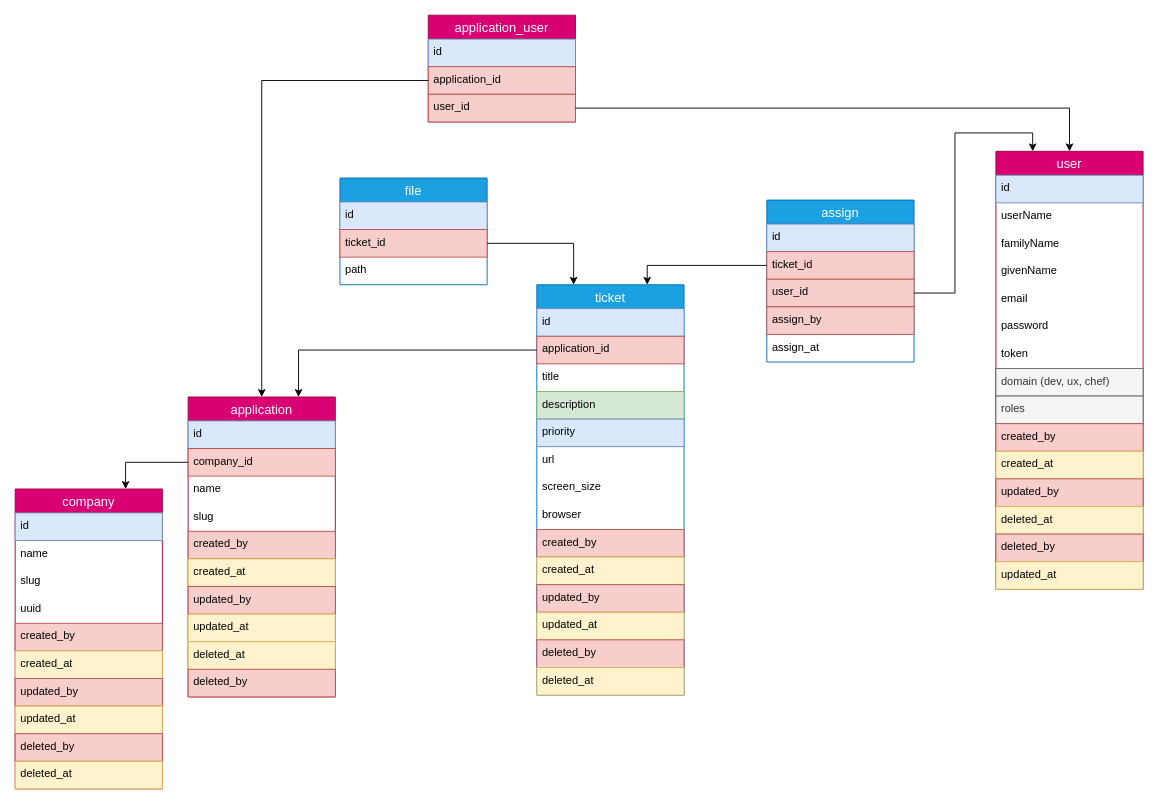
Naltpom/api_ticketManager keeps this draw.io diagram as api_ticketManager.drawio. Above is the earlier version. Source tidied: cells renumbered, new cells numbered last; positions are measured from the earlier drawing's top-left corner, leaving out a move shared by most shapes. Both pictures are drawn from the tidied source at 92%, with x=0, y=0 at pixel (15, 15).
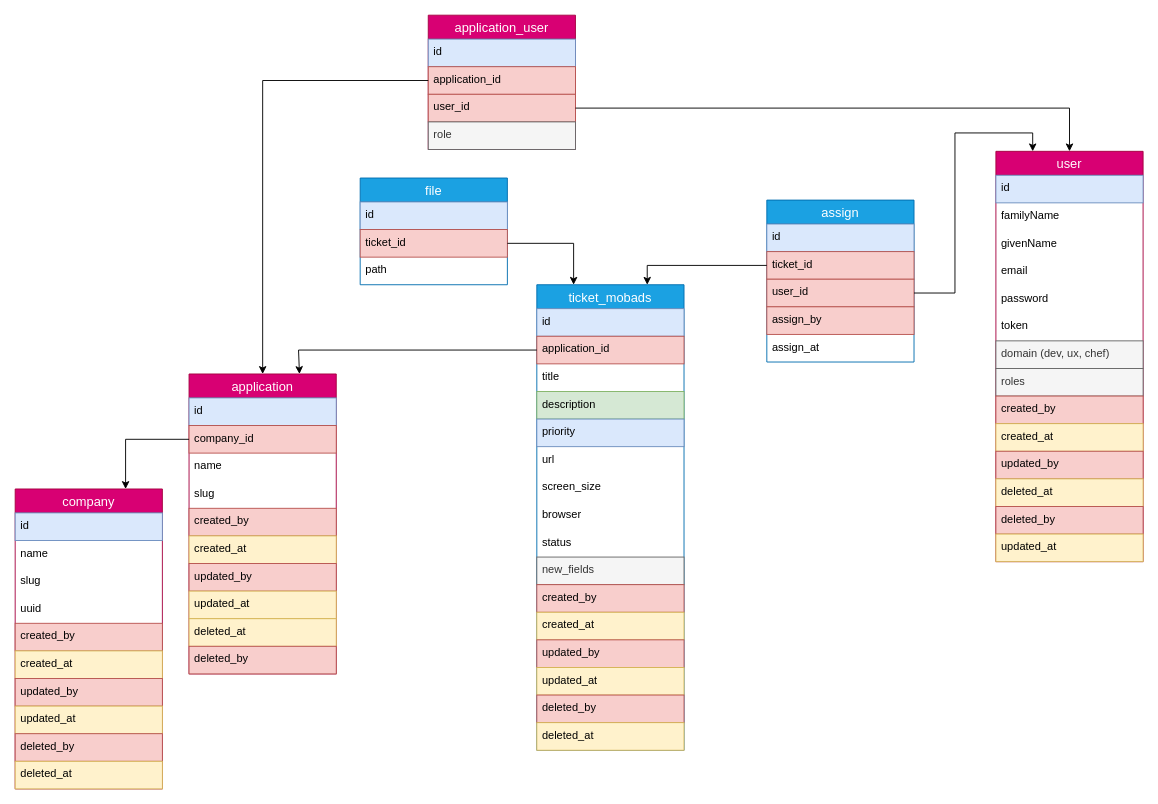
After the change.

Diff of the diagram source:
```diff
@@
     <mxCell id="13" value="user" style="swimlane;fontStyle=0;horizontal=1;startSize=26;align=center;fontSize=14;fillColor=#d80073;strokeColor=#A50040;fontColor=#ffffff;" parent="1" vertex="1">
-      <mxGeometry x="1066" y="148" width="160" height="476" as="geometry" />
+      <mxGeometry x="1066" y="148" width="160" height="446" as="geometry" />
     </mxCell>
@@
-    <mxCell id="15" value="userName" style="text;strokeColor=none;fillColor=none;spacingLeft=4;spacingRight=4;overflow=hidden;fontSize=12;" parent="13" vertex="1">
-      <mxGeometry y="56" width="160" height="30" as="geometry" />
-    </mxCell>
     <mxCell id="16" value="familyName&#10;" style="text;strokeColor=none;fillColor=none;spacingLeft=4;spacingRight=4;overflow=hidden;fontSize=12;" parent="13" vertex="1">
-      <mxGeometry y="86" width="160" height="30" as="geometry" />
+      <mxGeometry y="56" width="160" height="30" as="geometry" />
     </mxCell>
     <mxCell id="17" value="givenName" style="text;strokeColor=none;fillColor=none;spacingLeft=4;spacingRight=4;overflow=hidden;fontSize=12;" parent="13" vertex="1">
-      <mxGeometry y="116" width="160" height="30" as="geometry" />
+      <mxGeometry y="86" width="160" height="30" as="geometry" />
     </mxCell>
     <mxCell id="18" value="email" style="text;strokeColor=none;fillColor=none;spacingLeft=4;spacingRight=4;overflow=hidden;fontSize=12;" parent="13" vertex="1">
-      <mxGeometry y="146" width="160" height="30" as="geometry" />
+      <mxGeometry y="116" width="160" height="30" as="geometry" />
     </mxCell>
     <mxCell id="19" value="password" style="text;strokeColor=none;fillColor=none;spacingLeft=4;spacingRight=4;overflow=hidden;fontSize=12;" parent="13" vertex="1">
-      <mxGeometry y="176" width="160" height="30" as="geometry" />
+      <mxGeometry y="146" width="160" height="30" as="geometry" />
     </mxCell>
     <mxCell id="20" value="token" style="text;strokeColor=none;fillColor=none;spacingLeft=4;spacingRight=4;overflow=hidden;fontSize=12;" parent="13" vertex="1">
-      <mxGeometry y="206" width="160" height="30" as="geometry" />
+      <mxGeometry y="176" width="160" height="30" as="geometry" />
     </mxCell>
     <mxCell id="21" value="domain (dev, ux, chef)" style="text;strokeColor=#666666;fillColor=#f5f5f5;spacingLeft=4;spacingRight=4;overflow=hidden;fontSize=12;fontColor=#333333;" parent="13" vertex="1">
-      <mxGeometry y="236" width="160" height="30" as="geometry" />
+      <mxGeometry y="206" width="160" height="30" as="geometry" />
     </mxCell>
     <mxCell id="22" value="roles" style="text;strokeColor=#666666;fillColor=#f5f5f5;spacingLeft=4;spacingRight=4;overflow=hidden;fontSize=12;fontColor=#333333;" parent="13" vertex="1">
-      <mxGeometry y="266" width="160" height="30" as="geometry" />
+      <mxGeometry y="236" width="160" height="30" as="geometry" />
     </mxCell>
     <mxCell id="23" value="created_by" style="text;strokeColor=#b85450;fillColor=#f8cecc;spacingLeft=4;spacingRight=4;overflow=hidden;fontSize=12;" parent="13" vertex="1">
-      <mxGeometry y="296" width="160" height="30" as="geometry" />
+      <mxGeometry y="266" width="160" height="30" as="geometry" />
     </mxCell>
     <mxCell id="24" value="created_at" style="text;strokeColor=#d6b656;fillColor=#fff2cc;spacingLeft=4;spacingRight=4;overflow=hidden;fontSize=12;" parent="13" vertex="1">
-      <mxGeometry y="326" width="160" height="30" as="geometry" />
+      <mxGeometry y="296" width="160" height="30" as="geometry" />
     </mxCell>
     <mxCell id="25" value="updated_by" style="text;strokeColor=#b85450;fillColor=#f8cecc;spacingLeft=4;spacingRight=4;overflow=hidden;fontSize=12;" parent="13" vertex="1">
-      <mxGeometry y="356" width="160" height="30" as="geometry" />
+      <mxGeometry y="326" width="160" height="30" as="geometry" />
     </mxCell>
     <mxCell id="26" value="deleted_at" style="text;strokeColor=#d6b656;fillColor=#fff2cc;spacingLeft=4;spacingRight=4;overflow=hidden;fontSize=12;" parent="13" vertex="1">
-      <mxGeometry y="386" width="160" height="30" as="geometry" />
+      <mxGeometry y="356" width="160" height="30" as="geometry" />
     </mxCell>
     <mxCell id="27" value="deleted_by" style="text;strokeColor=#b85450;fillColor=#f8cecc;spacingLeft=4;spacingRight=4;overflow=hidden;fontSize=12;" parent="13" vertex="1">
-      <mxGeometry y="416" width="160" height="30" as="geometry" />
+      <mxGeometry y="386" width="160" height="30" as="geometry" />
     </mxCell>
     <mxCell id="28" value="updated_at" style="text;strokeColor=#d6b656;fillColor=#fff2cc;spacingLeft=4;spacingRight=4;overflow=hidden;fontSize=12;" parent="13" vertex="1">
-      <mxGeometry y="446" width="160" height="30" as="geometry" />
+      <mxGeometry y="416" width="160" height="30" as="geometry" />
     </mxCell>
     <mxCell id="29" value="application" style="swimlane;fontStyle=0;horizontal=1;startSize=26;align=center;fontSize=14;fillColor=#d80073;strokeColor=#A50040;fontColor=#ffffff;" parent="1" vertex="1">
-      <mxGeometry x="188" y="415" width="160" height="326" as="geometry" />
+      <mxGeometry x="189" y="390" width="160" height="326" as="geometry" />
     </mxCell>
@@
-    <mxCell id="40" value="ticket" style="swimlane;fontStyle=0;horizontal=1;startSize=26;align=center;fontSize=14;fillColor=#1ba1e2;strokeColor=#006EAF;fontColor=#ffffff;" parent="1" vertex="1">
-      <mxGeometry x="567" y="293" width="160" height="446" as="geometry" />
+    <mxCell id="40" value="ticket_mobads" style="swimlane;fontStyle=0;horizontal=1;startSize=26;align=center;fontSize=14;fillColor=#1ba1e2;strokeColor=#006EAF;fontColor=#ffffff;" parent="1" vertex="1">
+      <mxGeometry x="567" y="293" width="160" height="506" as="geometry" />
     </mxCell>
@@
+    <mxCell id="76" value="status" style="text;strokeColor=none;fillColor=none;spacingLeft=4;spacingRight=4;overflow=hidden;fontSize=12;" parent="40" vertex="1">
+      <mxGeometry y="266" width="160" height="30" as="geometry" />
+    </mxCell>
+    <mxCell id="77" value="new_fields" style="text;strokeColor=#666666;fillColor=#f5f5f5;spacingLeft=4;spacingRight=4;overflow=hidden;fontSize=12;fontColor=#333333;" parent="40" vertex="1">
+      <mxGeometry y="296" width="160" height="30" as="geometry" />
+    </mxCell>
     <mxCell id="49" value="created_by" style="text;strokeColor=#b85450;fillColor=#f8cecc;spacingLeft=4;spacingRight=4;overflow=hidden;fontSize=12;" parent="40" vertex="1">
-      <mxGeometry y="266" width="160" height="30" as="geometry" />
+      <mxGeometry y="326" width="160" height="30" as="geometry" />
     </mxCell>
     <mxCell id="50" value="created_at" style="text;strokeColor=#d6b656;fillColor=#fff2cc;spacingLeft=4;spacingRight=4;overflow=hidden;fontSize=12;" parent="40" vertex="1">
-      <mxGeometry y="296" width="160" height="30" as="geometry" />
+      <mxGeometry y="356" width="160" height="30" as="geometry" />
     </mxCell>
     <mxCell id="51" value="updated_by" style="text;strokeColor=#b85450;fillColor=#f8cecc;spacingLeft=4;spacingRight=4;overflow=hidden;fontSize=12;" parent="40" vertex="1">
-      <mxGeometry y="326" width="160" height="30" as="geometry" />
+      <mxGeometry y="386" width="160" height="30" as="geometry" />
     </mxCell>
     <mxCell id="52" value="updated_at" style="text;strokeColor=#d6b656;fillColor=#fff2cc;spacingLeft=4;spacingRight=4;overflow=hidden;fontSize=12;" parent="40" vertex="1">
-      <mxGeometry y="356" width="160" height="30" as="geometry" />
+      <mxGeometry y="416" width="160" height="30" as="geometry" />
     </mxCell>
     <mxCell id="53" value="deleted_by" style="text;strokeColor=#b85450;fillColor=#f8cecc;spacingLeft=4;spacingRight=4;overflow=hidden;fontSize=12;" parent="40" vertex="1">
-      <mxGeometry y="386" width="160" height="30" as="geometry" />
+      <mxGeometry y="446" width="160" height="30" as="geometry" />
     </mxCell>
     <mxCell id="54" value="deleted_at" style="text;strokeColor=#d6b656;fillColor=#fff2cc;spacingLeft=4;spacingRight=4;overflow=hidden;fontSize=12;" parent="40" vertex="1">
-      <mxGeometry y="416" width="160" height="30" as="geometry" />
+      <mxGeometry y="476" width="160" height="30" as="geometry" />
     </mxCell>
     <mxCell id="55" value="file" style="swimlane;fontStyle=0;horizontal=1;startSize=26;align=center;fontSize=14;fillColor=#1ba1e2;strokeColor=#006EAF;fontColor=#ffffff;" parent="1" vertex="1">
-      <mxGeometry x="353" y="177" width="160" height="116" as="geometry" />
+      <mxGeometry x="375" y="177" width="160" height="116" as="geometry" />
     </mxCell>
@@
     <mxCell id="59" value="application_user" style="swimlane;fontStyle=0;horizontal=1;startSize=26;align=center;fontSize=14;fillColor=#d80073;strokeColor=#A50040;fontColor=#ffffff;" parent="1" vertex="1">
-      <mxGeometry x="449" width="160" height="116" as="geometry" />
+      <mxGeometry x="449" width="160" height="146" as="geometry" />
     </mxCell>
@@
+    <mxCell id="78" value="role" style="text;spacingLeft=4;spacingRight=4;overflow=hidden;fontSize=12;fillColor=#f5f5f5;strokeColor=#666666;fontColor=#333333;" parent="59" vertex="1">
+      <mxGeometry y="116" width="160" height="30" as="geometry" />
+    </mxCell>
```
